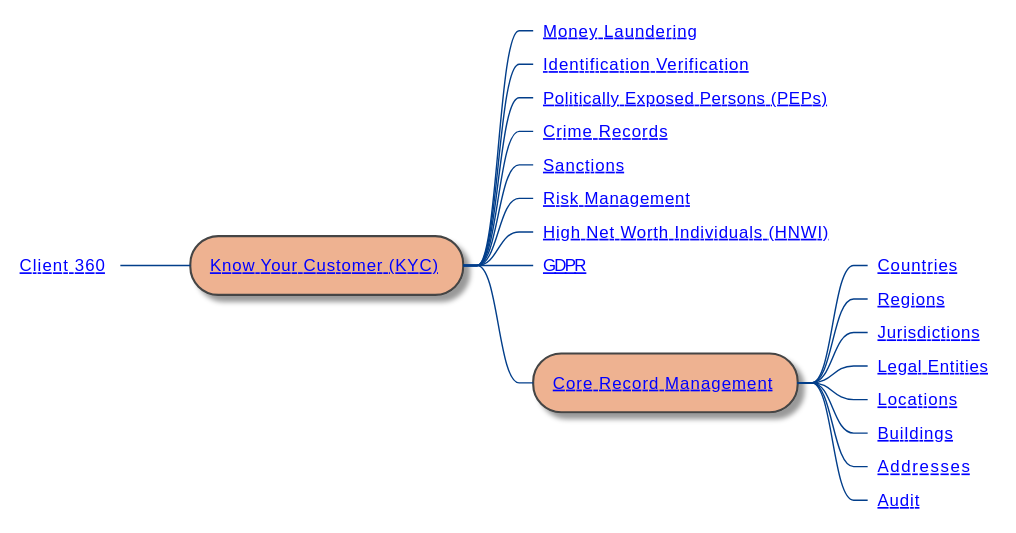
Above: diagrams/out/know-your-customer.svg in EKGF/ekg-catalog (PlantUML), before the change. The source it was exported from:
```plantuml
@startmindmap

!define BG_MAIN_COLOR      #66BCF0
!define BG_SECONDARY_COLOR #B4BCBE
!define BG_PACKAGE_COLOR   #eeb291
!define BORDER_COLOR       #444444
!define FONT_COLOR         #444444

skinparam backgroundColor #white

!define BORDER_THICKNESS 1

skinparam Padding 4
skinparam RoundCorner 40
skinparam Shadowing true
skinparam HyperlinkUnderline false
skinparam handwritten false

skinparam Default {
FontColor FONT_COLOR
FontSize 12
}

skinparam Arrow {
Color FONT_COLOR
FontColor FONT_COLOR
FontStyle Bold
}

skinparam package {
FontColor FONT_COLOR
BackgroundColor BG_MAIN_COLOR
BorderColor BORDER_COLOR
}
skinparam node {
FontColor FONT_COLOR
BackgroundColor BG_PACKAGE_COLOR
BorderColor BORDER_COLOR
}
skinparam component {
BackgroundColor BG_MAIN_COLOR
BorderColor BORDER_COLOR
FontColor FONT_COLOR
Style uml2
}

skinparam database {
BackgroundColor BG_MAIN_COLOR
BorderColor BORDER_COLOR
FontColor FONT_COLOR
}

skinparam cloud {
BackgroundColor BG_MAIN_COLOR
BorderColor BORDER_COLOR
FontColor FONT_COLOR
}

skinparam collections {
BackgroundColor BG_MAIN_COLOR
BorderColor BORDER_COLOR
FontColor FONT_COLOR
}
skinparam Control {
BackgroundColor BG_MAIN_COLOR
BorderColor BORDER_COLOR
FontColor FONT_COLOR
}
skinparam Boundary {
BackgroundColor BG_MAIN_COLOR
BorderColor BORDER_COLOR
FontColor FONT_COLOR
}
skinparam Entity {
BackgroundColor BG_MAIN_COLOR
BorderColor BORDER_COLOR
FontColor FONT_COLOR
}
skinparam interface {
BackgroundColor BG_MAIN_COLOR
BorderColor BORDER_COLOR
FontColor FONT_COLOR
}
skinparam SequenceParticipantBorderThickness 3
skinparam sequence {
ParticipantBackgroundColor BG_MAIN_COLOR
ParticipantBorderColor BORDER_COLOR
ParticipantFontStyle normal
ParticipantFontColor FONT_COLOR
LifeLineBorderColor BORDER_COLOR
LifeLineBackgroundColor BG_MAIN_COLOR
ArrowColor FONT_COLOR
ArrowBorderColor BORDER_COLOR
ArrowFontColor FONT_COLOR
ArrowThickness 3
ActorBackgroundColor BG_MAIN_COLOR
ActorBorderColor BORDER_COLOR
ActorFontColor FONT_COLOR
}


skinparam rectangle<<person>> {
StereotypeFontColor FONT_COLOR
FontColor FONT_COLOR
BackgroundColor BG_MAIN_COLOR
BorderColor BORDER_COLOR
BorderThickness BORDER_THICKNESS
}

skinparam rectangle<<external_person>> {
StereotypeFontColor FONT_COLOR
FontColor FONT_COLOR
BackgroundColor BG_SECONDARY_COLOR
BorderColor BORDER_COLOR
BorderThickness BORDER_THICKNESS
}

skinparam rectangle<<system>> {
StereotypeFontColor FONT_COLOR
FontColor FONT_COLOR
BackgroundColor BG_MAIN_COLOR
BorderColor BORDER_COLOR
BorderThickness BORDER_THICKNESS
}

skinparam rectangle<<external_system>> {
StereotypeFontColor FONT_COLOR
FontColor FONT_COLOR
BackgroundColor BG_SECONDARY_COLOR
BorderColor BORDER_COLOR
BorderThickness BORDER_THICKNESS
}

skinparam database<<system>> {
StereotypeFontColor FONT_COLOR
FontColor FONT_COLOR
BackgroundColor BG_MAIN_COLOR
BorderColor BORDER_COLOR
BorderThickness BORDER_THICKNESS
}

skinparam database<<external_system>> {
StereotypeFontColor FONT_COLOR
FontColor FONT_COLOR
BackgroundColor BG_SECONDARY_COLOR
BorderColor BORDER_COLOR
BorderThickness BORDER_THICKNESS
}

skinparam rectangle<<boundary>> {
Shadowing false
StereotypeFontSize 0
BackgroundColor BG_PACKAGE_COLOR
StereotypeFontColor FONT_COLOR
FontColor FONT_COLOR
BorderColor BORDER_COLOR
BorderStyle dashed
BorderThickness BORDER_THICKNESS
}
skinparam rectangle<<container>> {
Shadowing false
StereotypeFontSize 14
BackgroundColor BG_MAIN_COLOR
StereotypeFontColor FONT_COLOR
FontColor FONT_COLOR
BorderColor BORDER_COLOR
BorderThickness BORDER_THICKNESS
}

skinparam state {
BackgroundColor #ade8f4
FontColor #03045e
AttributeFontColor #03045e
ArrowColor #023e8a
BorderColor #0077b6
}

skinparam class {
BackgroundColor #ade8f4
}

skinparam arrowThickness 1


+ [[ /use-case/client-360/know-your-customer/ Know Your Customer (KYC) ]]
++_ [[ /use-case/client-360/know-your-customer/money-laundering/ Money Laundering ]]
++_ [[ /use-case/client-360/know-your-customer/identification-verification/ Identification Verification ]]
++_ [[ /use-case/client-360/know-your-customer/peps/ Politically Exposed Persons (PEPs) ]]
++_ [[ /use-case/client-360/know-your-customer/crime-records/ Crime Records ]]
++_ [[ /use-case/client-360/know-your-customer/sanctions/ Sanctions ]]
++_ [[ /use-case/client-360/know-your-customer/risk-management/ Risk Management ]]
++_ [[ /use-case/client-360/know-your-customer/high-net-worth-individuals/ High Net Worth Individuals (HNWI) ]]
++_ [[ /use-case/client-360/know-your-customer/gdpr/ GDPR ]]
++ [[ /use-case/client-360/know-your-customer/core-record-management/ Core Record Management ]]
+++_ [[ /use-case/client-360/know-your-customer/core-record-management/countries/ Countries ]]
+++_ [[ /use-case/client-360/know-your-customer/core-record-management/regions/ Regions ]]
+++_ [[ /use-case/client-360/know-your-customer/core-record-management/jurisdictions/ Jurisdictions ]]
+++_ [[ /use-case/client-360/know-your-customer/core-record-management/legal-entities/ Legal Entities ]]
+++_ [[ /use-case/client-360/know-your-customer/core-record-management/locations/ Locations ]]
+++_ [[ /use-case/client-360/know-your-customer/core-record-management/buildings/ Buildings ]]
+++_ [[ /use-case/client-360/know-your-customer/core-record-management/addresses/ Addresses ]]
+++_ [[ /use-case/client-360/know-your-customer/core-record-management/audit/ Audit ]]
--_ [[ /use-case/client-360/ Client 360 ]]
@endmindmap
```
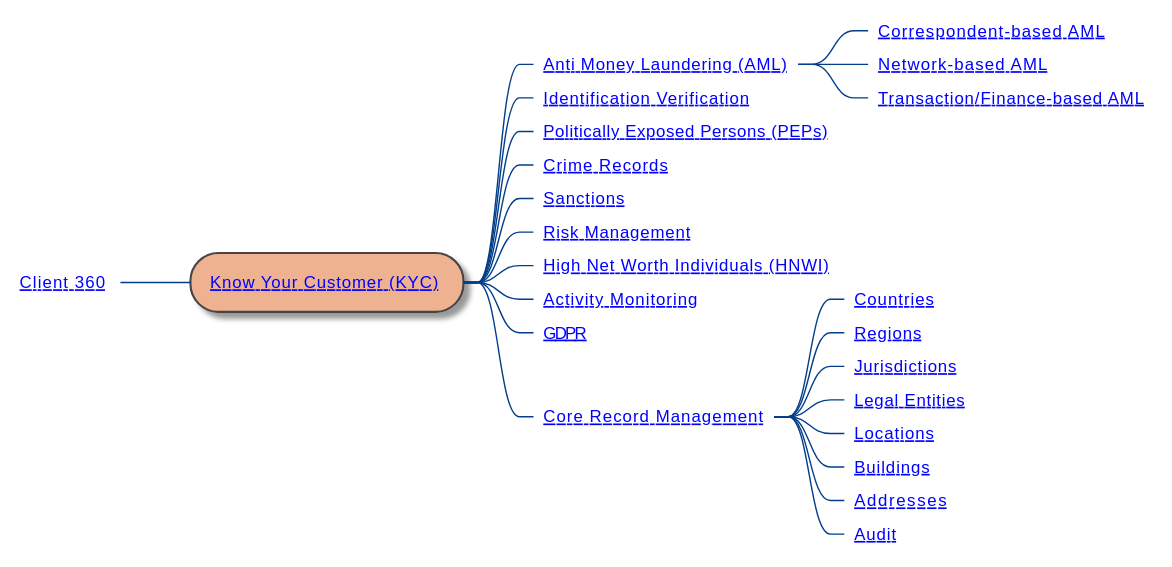
Later version of the same file.

What changed in the source:
```diff
@@ -183,15 +183,19 @@
 
 
 + [[ /use-case/client-360/know-your-customer/ Know Your Customer (KYC) ]]
-++_ [[ /use-case/client-360/know-your-customer/money-laundering/ Money Laundering ]]
+++_ [[ /use-case/client-360/know-your-customer/anti-money-laundering/ Anti Money Laundering (AML) ]]
++++_ [[ /use-case/client-360/know-your-customer/anti-money-laundering/correspondent-based-aml/ Correspondent-based AML ]]
++++_ [[ /use-case/client-360/know-your-customer/anti-money-laundering/network-based-aml/ Network-based AML ]]
++++_ [[ /use-case/client-360/know-your-customer/anti-money-laundering/transaction-based-aml/ Transaction/Finance-based AML ]]
 ++_ [[ /use-case/client-360/know-your-customer/identification-verification/ Identification Verification ]]
 ++_ [[ /use-case/client-360/know-your-customer/peps/ Politically Exposed Persons (PEPs) ]]
 ++_ [[ /use-case/client-360/know-your-customer/crime-records/ Crime Records ]]
 ++_ [[ /use-case/client-360/know-your-customer/sanctions/ Sanctions ]]
 ++_ [[ /use-case/client-360/know-your-customer/risk-management/ Risk Management ]]
 ++_ [[ /use-case/client-360/know-your-customer/high-net-worth-individuals/ High Net Worth Individuals (HNWI) ]]
+++_ [[ /use-case/client-360/know-your-customer/activity-monitoring/ Activity Monitoring ]]
 ++_ [[ /use-case/client-360/know-your-customer/gdpr/ GDPR ]]
-++ [[ /use-case/client-360/know-your-customer/core-record-management/ Core Record Management ]]
+++_ [[ /use-case/client-360/know-your-customer/core-record-management/ Core Record Management ]]
 +++_ [[ /use-case/client-360/know-your-customer/core-record-management/countries/ Countries ]]
 +++_ [[ /use-case/client-360/know-your-customer/core-record-management/regions/ Regions ]]
 +++_ [[ /use-case/client-360/know-your-customer/core-record-management/jurisdictions/ Jurisdictions ]]
```
